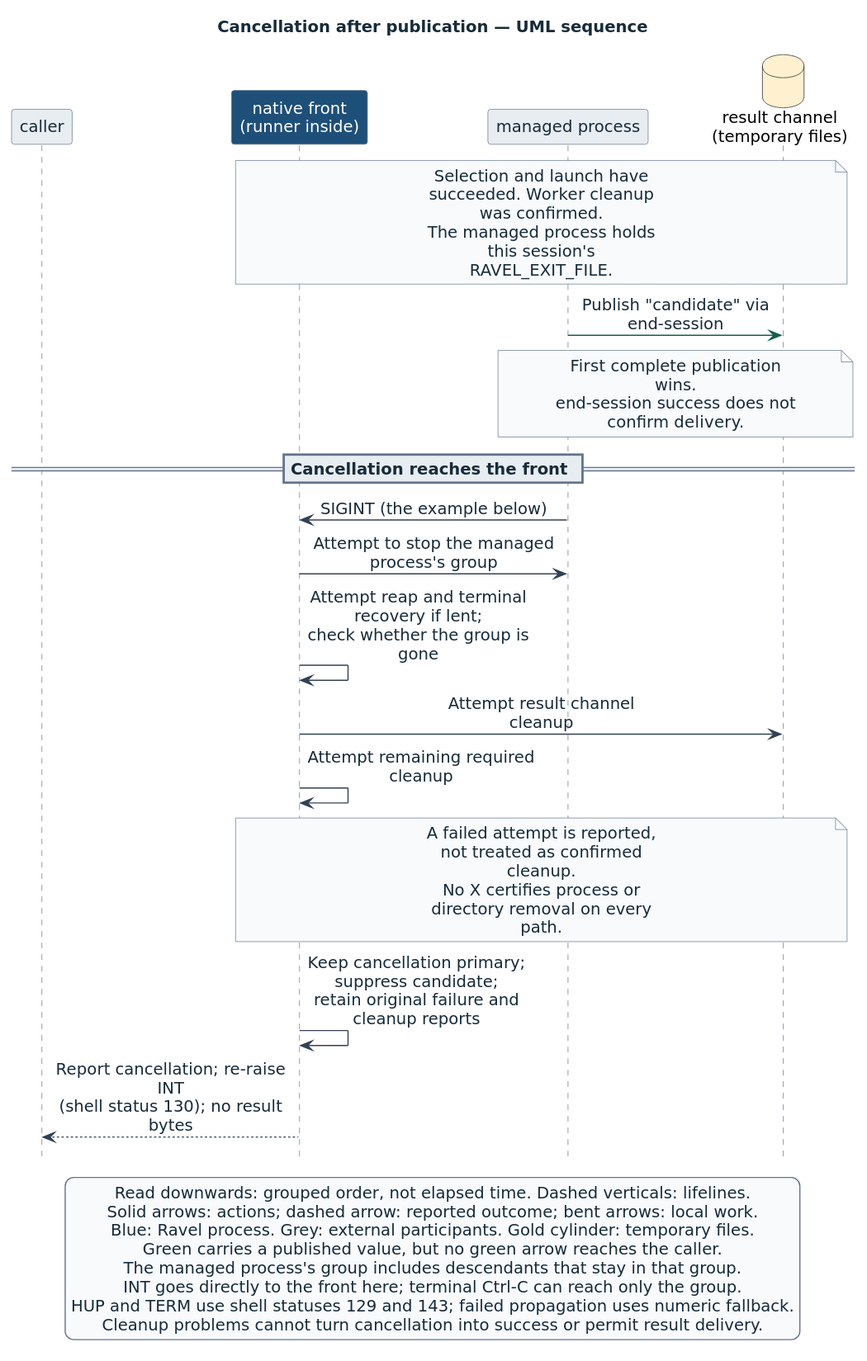
This is docs/book/src/figures/supervision-cancellation.svg from Linkuistics/Ravel, a PlantUML export, as it was before one commit. Its source is kept beside it as docs/book/src/figures/supervision-cancellation.puml. Its diagram source:
```plantuml
@startuml
!pragma layout smetana
!include _uml-style.puml
title Cancellation after publication — UML sequence
hide footbox
participant "caller" as Caller
participant "<color:#FFFFFF>native front\n<color:#FFFFFF>(runner inside)" as Front #1E4F78
participant "managed process" as Managed
database "result channel\n(temporary files)" as Channel #FFF1CF

note over Front, Channel
  Selection and launch have succeeded. Worker cleanup was confirmed.
  The managed process holds this session's RAVEL_EXIT_FILE.
end note
Managed -[#135E50]> Channel : Publish "candidate" via end-session
note over Managed, Channel
  First complete publication wins.
  end-session success does not confirm delivery.
end note
== Cancellation reaches the front ==
Managed -> Front : SIGINT (the example below)
Front -> Managed : Attempt to stop the managed process's group
Front -> Front : Attempt reap and terminal recovery if lent;\ncheck whether the group is gone
Front -> Channel : Attempt result channel cleanup
Front -> Front : Attempt remaining required cleanup
note over Front, Channel
  A failed attempt is reported, not treated as confirmed cleanup.
  No X certifies process or directory removal on every path.
end note
Front -> Front : Keep cancellation primary; suppress candidate;\nretain original failure and cleanup reports
Front --> Caller : Report cancellation; re-raise INT\n(shell status 130); no result bytes

legend bottom
  Read downwards: grouped order, not elapsed time. Dashed verticals: lifelines.
  Solid arrows: actions; dashed arrow: reported outcome; bent arrows: local work.
  Blue: Ravel process. Grey: external participants. Gold cylinder: temporary files.
  Green carries a published value, but no green arrow reaches the caller.
  The managed process's group includes descendants that stay in that group.
  INT goes directly to the front here; terminal Ctrl-C can reach only the group.
  HUP and TERM use shell statuses 129 and 143; failed propagation uses numeric fallback.
  Cleanup problems cannot turn cancellation into success or permit result delivery.
endlegend
@enduml
```
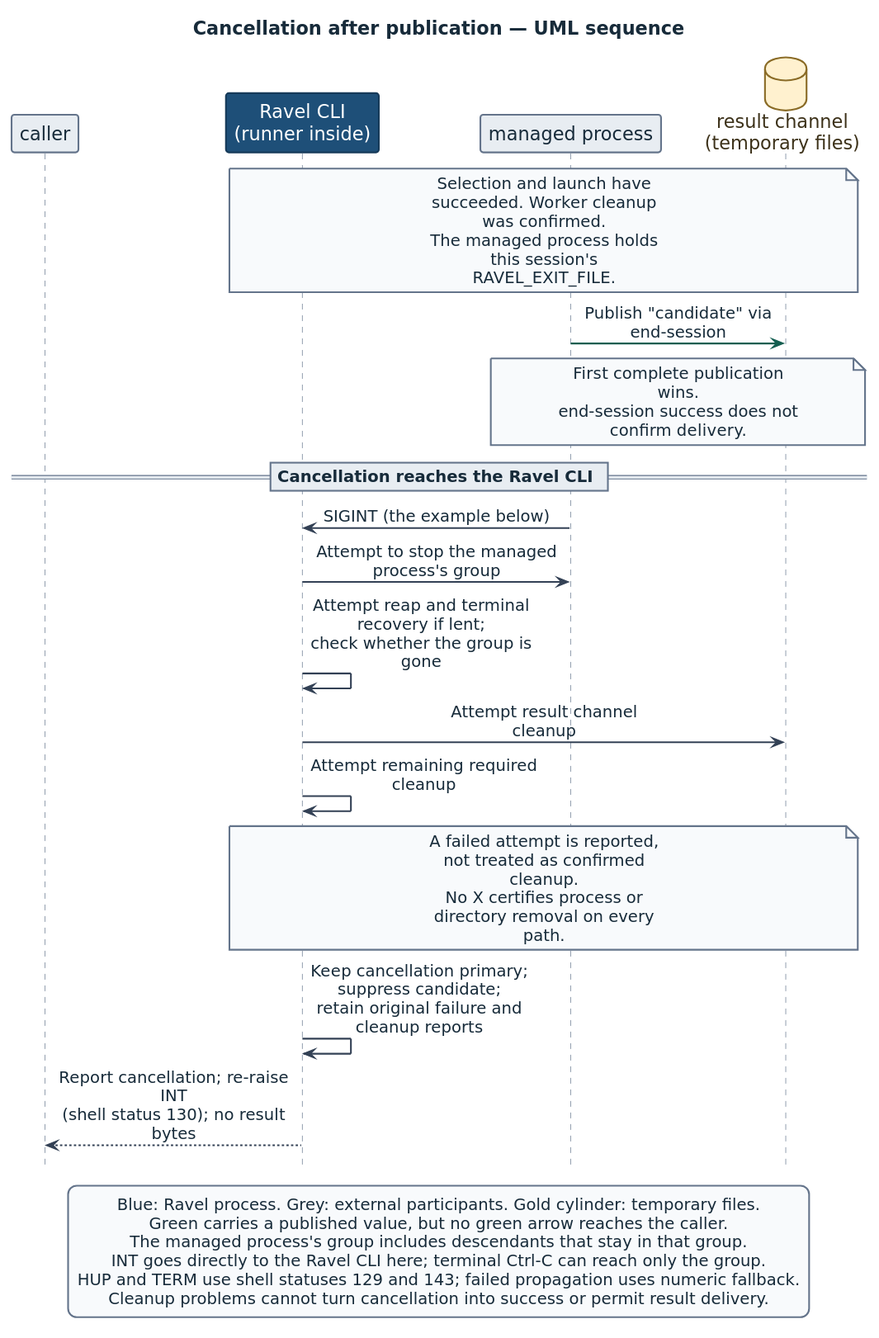
The same diagram one commit later.

The edit, as a diff of the source:
```diff
@@ -4,9 +4,9 @@
 title Cancellation after publication — UML sequence
 hide footbox
 participant "caller" as Caller
-participant "<color:#FFFFFF>native front\n<color:#FFFFFF>(runner inside)" as Front #1E4F78
+participant "Ravel CLI\n(runner inside)" as Front <<ravel>>
 participant "managed process" as Managed
-database "result channel\n(temporary files)" as Channel #FFF1CF
+database "result channel\n(temporary files)" as Channel <<temporary>>
 
 note over Front, Channel
   Selection and launch have succeeded. Worker cleanup was confirmed.
@@ -17,7 +17,7 @@
   First complete publication wins.
   end-session success does not confirm delivery.
 end note
-== Cancellation reaches the front ==
+== Cancellation reaches the Ravel CLI ==
 Managed -> Front : SIGINT (the example below)
 Front -> Managed : Attempt to stop the managed process's group
 Front -> Front : Attempt reap and terminal recovery if lent;\ncheck whether the group is gone
@@ -31,12 +31,10 @@
 Front --> Caller : Report cancellation; re-raise INT\n(shell status 130); no result bytes
 
 legend bottom
-  Read downwards: grouped order, not elapsed time. Dashed verticals: lifelines.
-  Solid arrows: actions; dashed arrow: reported outcome; bent arrows: local work.
   Blue: Ravel process. Grey: external participants. Gold cylinder: temporary files.
   Green carries a published value, but no green arrow reaches the caller.
   The managed process's group includes descendants that stay in that group.
-  INT goes directly to the front here; terminal Ctrl-C can reach only the group.
+  INT goes directly to the Ravel CLI here; terminal Ctrl-C can reach only the group.
   HUP and TERM use shell statuses 129 and 143; failed propagation uses numeric fallback.
   Cleanup problems cannot turn cancellation into success or permit result delivery.
 endlegend
```
